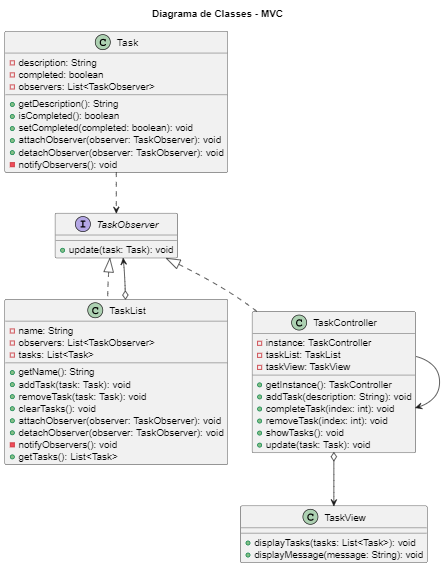
Above: Engenharia de Software III/MVC/diagrama.png in brunadias3/bertoti (PlantUML), before the change. Its source is kept beside it as Engenharia de Software III/MVC/diagrama.plantuml.
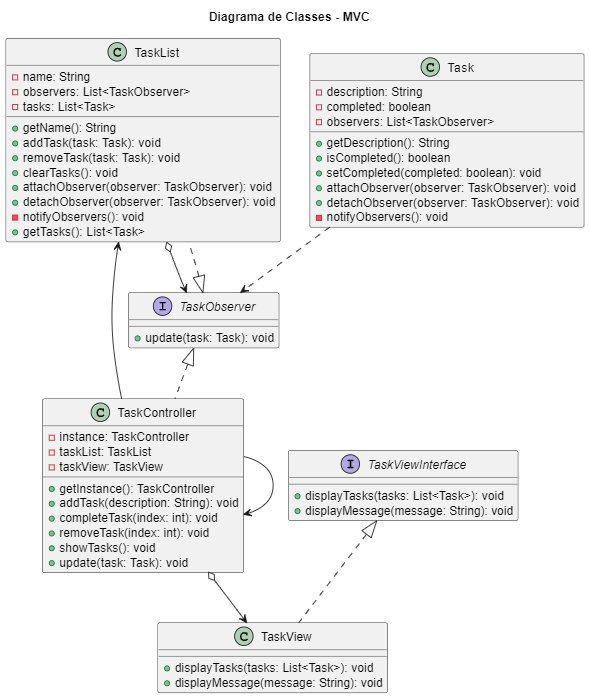
The same file after the commit.

Commit message:
att diagrama

Change to the diagram source:
```diff
@@ -57,8 +57,9 @@
   + displayMessage(message: String): void
 }
 
+TaskList o--> TaskObserver
 Task ..> TaskObserver
-TaskList o--> TaskObserver
+TaskList <- TaskController
 TaskController --down-> TaskController
 TaskController o--> TaskView
 
```
